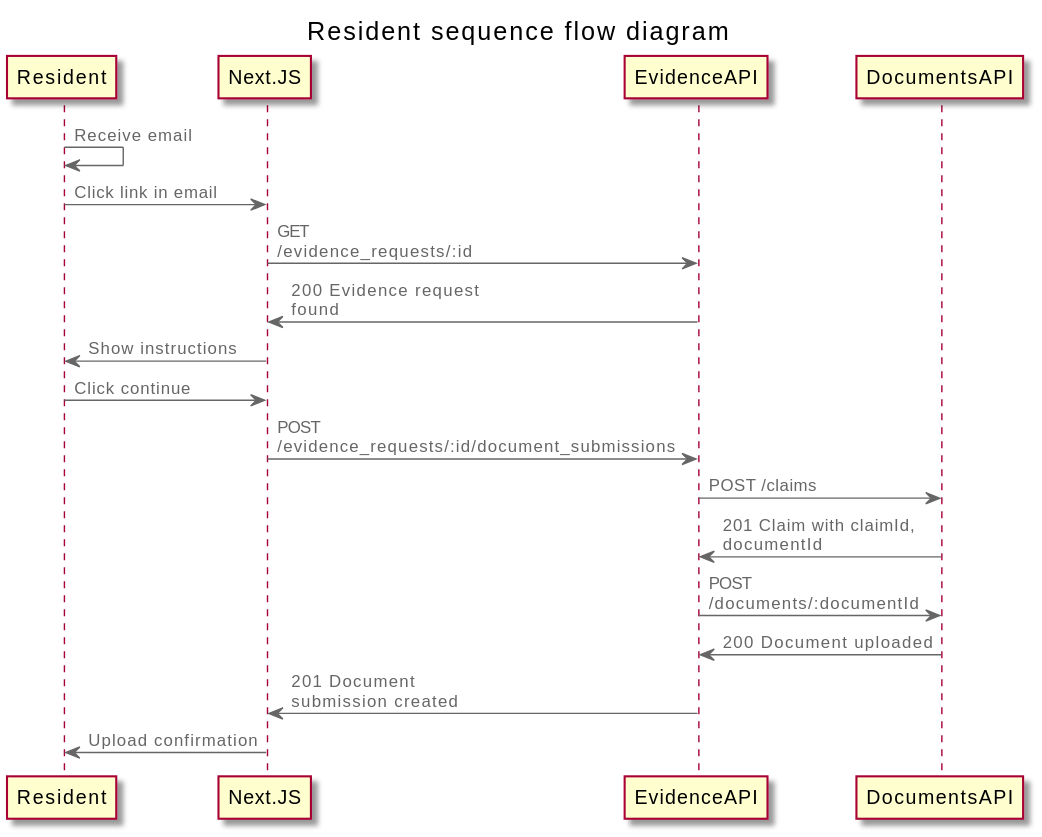
This is docs/diagrams/resident-sequence-flow.svg from LBHackney-IT/evidence-api, a PlantUML export, as it was before one commit.
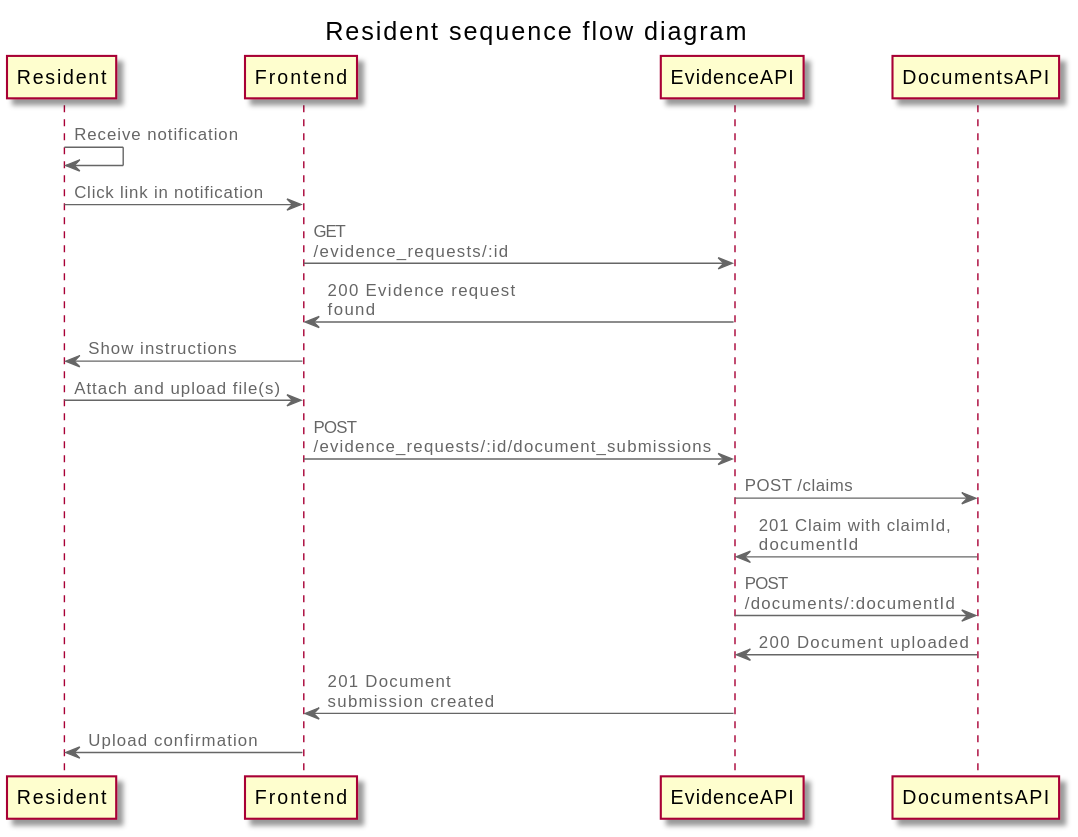
Later version of the same file.

The edit, as a diff of the source:
```diff
@@ -4,17 +4,17 @@
 
 title Resident sequence flow diagram
 
-Resident -> Resident: Receive email
-Resident -> Next.JS: Click link in email
-Next.JS -> EvidenceAPI: GET /evidence_requests/:id
-Next.JS <- EvidenceAPI: 200 Evidence request found
-Resident <- Next.JS: Show instructions
-Resident -> Next.JS: Click continue
-Next.JS -> EvidenceAPI: POST /evidence_requests/:id/document_submissions
+Resident -> Resident: Receive notification
+Resident -> Frontend: Click link in notification
+Frontend -> EvidenceAPI: GET /evidence_requests/:id
+Frontend <- EvidenceAPI: 200 Evidence request found
+Resident <- Frontend: Show instructions
+Resident -> Frontend: Attach and upload file(s)
+Frontend -> EvidenceAPI: POST /evidence_requests/:id/document_submissions
 EvidenceAPI -> DocumentsAPI: POST /claims
 EvidenceAPI <- DocumentsAPI: 201 Claim with claimId, documentId
 EvidenceAPI -> DocumentsAPI: POST /documents/:documentId
 EvidenceAPI <- DocumentsAPI: 200 Document uploaded
-Next.JS <- EvidenceAPI: 201 Document submission created
-Resident <- Next.JS: Upload confirmation
+Frontend <- EvidenceAPI: 201 Document submission created
+Resident <- Frontend: Upload confirmation
 @enduml
```
